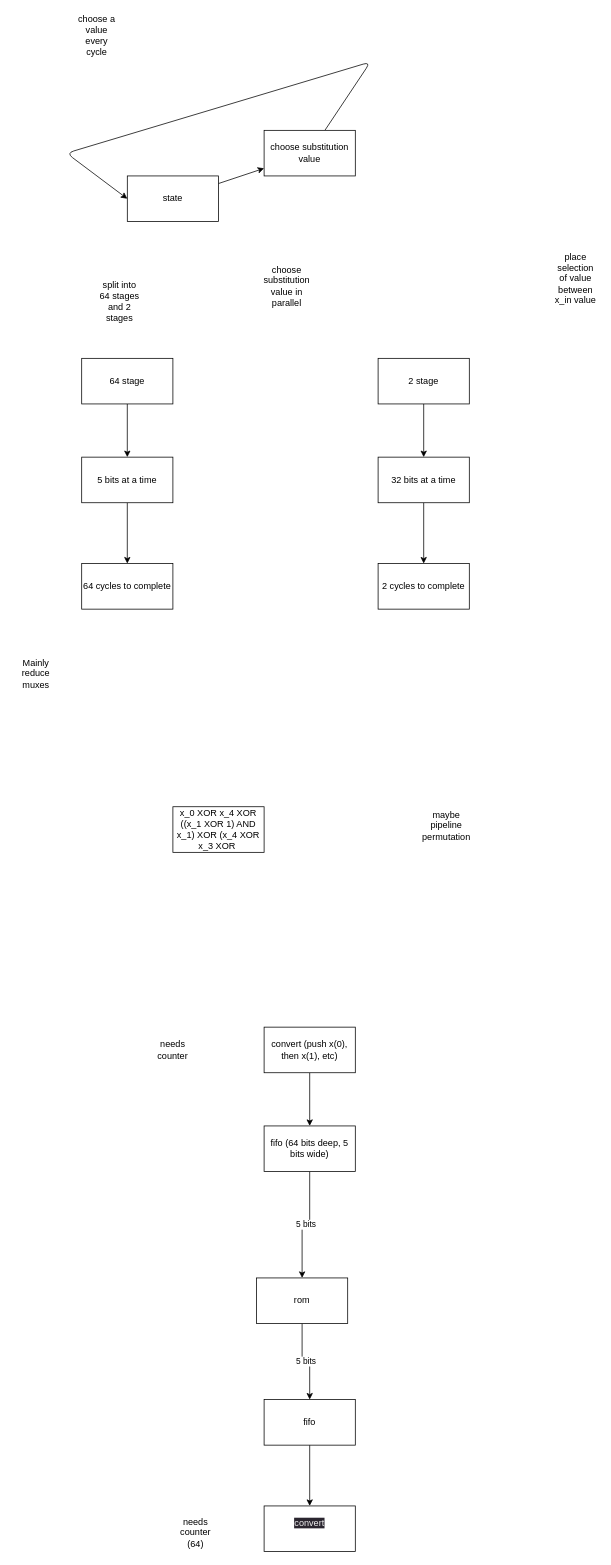
Earlier version of the draw.io diagram page "Page-13" (13 of 19) of crypto-chip/diffusion layer.drawio (Reconfigurable-Computing-CalPoly-Pomona/RECO_LWC_IP). Source tidied: cells renumbered, new cells numbered last; positions are measured from the earlier drawing's top-left corner, leaving out a move shared by most shapes. Both pictures are drawn from the tidied source at 76%, with x=0, y=0 at pixel (13, 24).
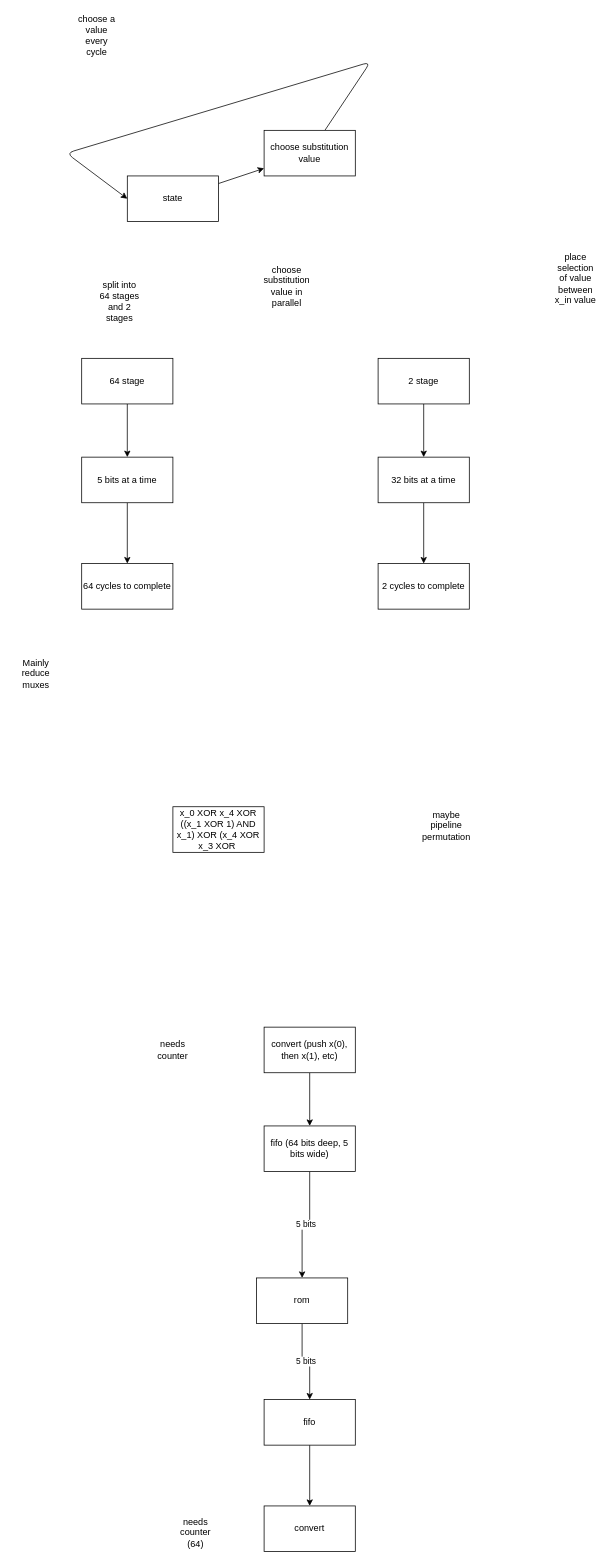
The same page after the edit.

Diff of the diagram source:
```diff
@@
-    <mxCell id="26" value="&#10;&lt;span style=&quot;color: rgb(240, 240, 240); font-family: Helvetica; font-size: 12px; font-style: normal; font-variant-ligatures: normal; font-variant-caps: normal; font-weight: 400; letter-spacing: normal; orphans: 2; text-align: center; text-indent: 0px; text-transform: none; widows: 2; word-spacing: 0px; -webkit-text-stroke-width: 0px; background-color: rgb(42, 37, 47); text-decoration-thickness: initial; text-decoration-style: initial; text-decoration-color: initial; float: none; display: inline !important;&quot;&gt;convert&lt;/span&gt;&#10;&#10;" style="rounded=0;whiteSpace=wrap;html=1;" parent="1" vertex="1">
+    <mxCell id="26" value="&lt;br&gt;&lt;span style=&quot;font-family: Helvetica; font-size: 12px; font-style: normal; font-variant-ligatures: normal; font-variant-caps: normal; font-weight: 400; letter-spacing: normal; orphans: 2; text-align: center; text-indent: 0px; text-transform: none; widows: 2; word-spacing: 0px; -webkit-text-stroke-width: 0px; text-decoration-thickness: initial; text-decoration-style: initial; text-decoration-color: initial; float: none; display: inline !important;&quot;&gt;convert&lt;/span&gt;&lt;div&gt;&lt;br&gt;&lt;/div&gt;" style="rounded=0;whiteSpace=wrap;html=1;labelBackgroundColor=none;fontColor=default;labelBorderColor=none;" parent="1" vertex="1">
       <mxGeometry x="330" y="1950" width="120" height="60" as="geometry" />
     </mxCell>
```
